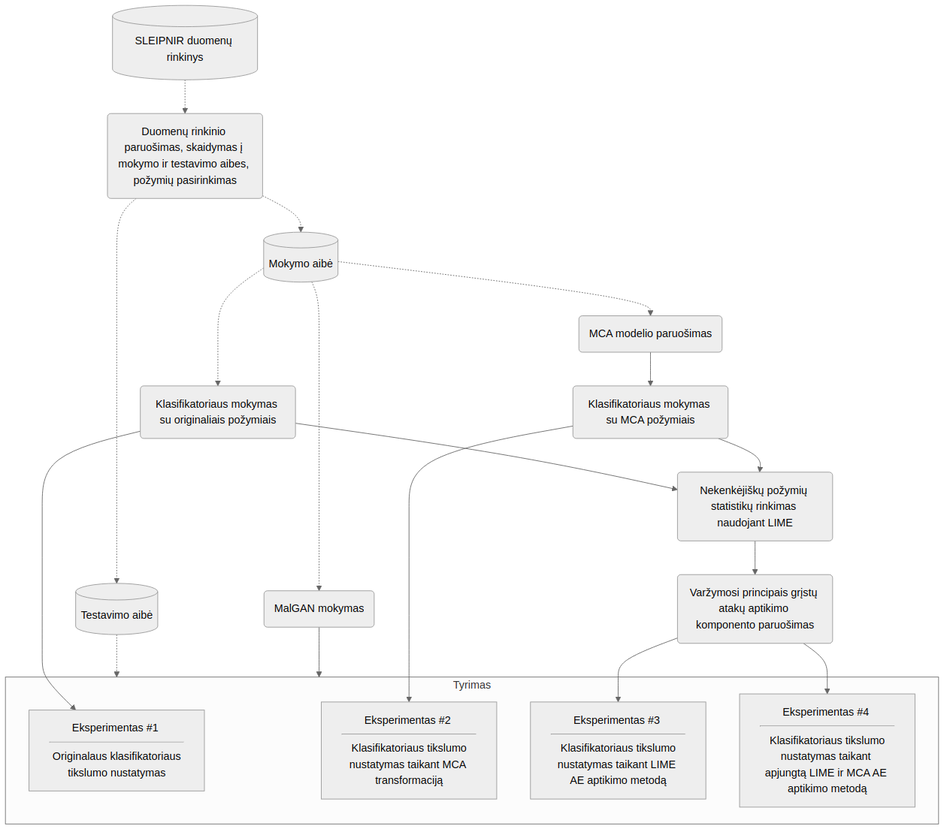
The Mermaid diagram images/methodology.png in onlyidev/bachelor.thesis, before a commit. Its source is kept beside it as diagrams/methodology.mmd.
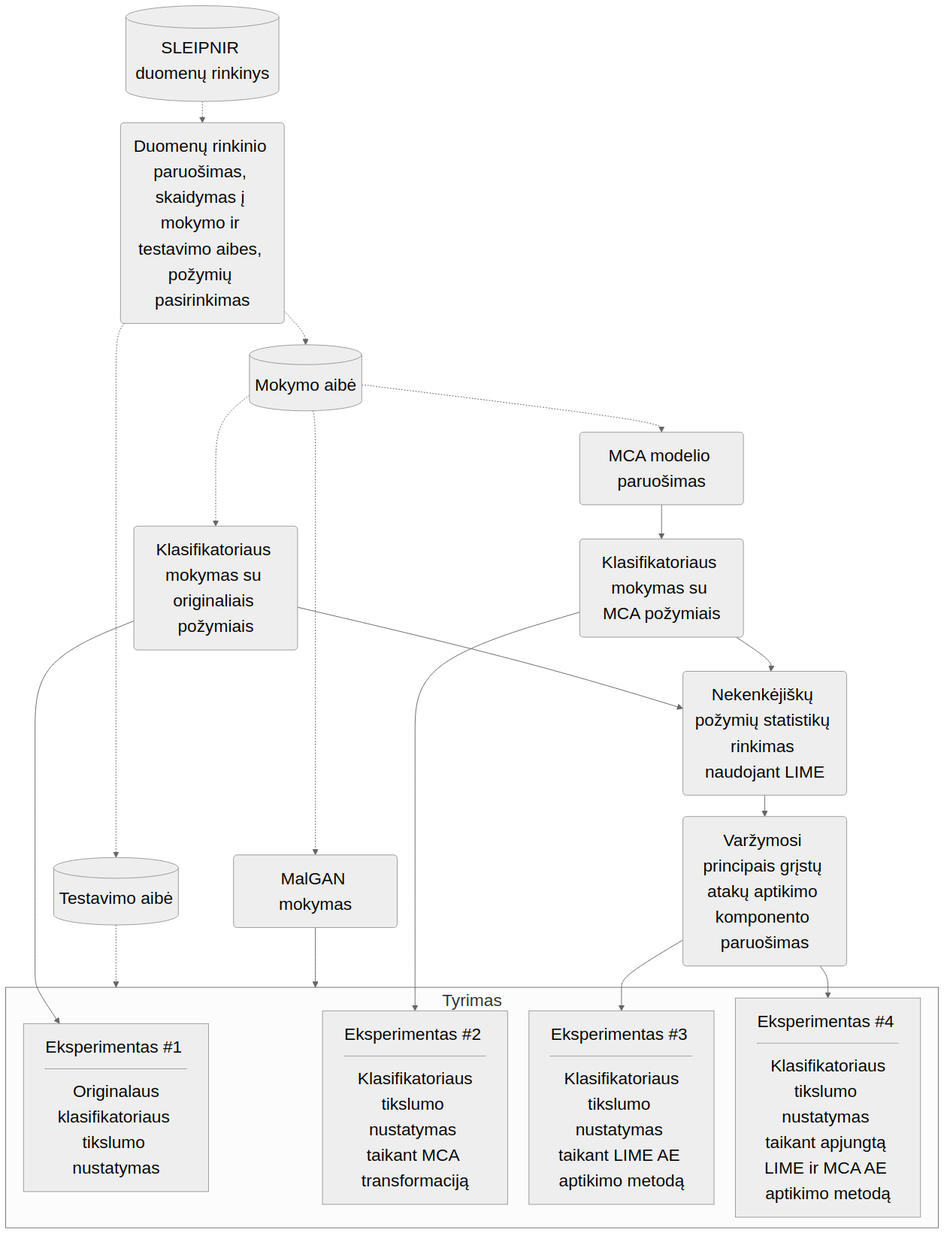
Above is the later version.

What changed in the source:
```diff
@@ -1,7 +1,11 @@
 ---
 config:
+  themeVariables:
+      fontSize: 24px
   flowchart:
     curve: "basis"
+    nodeSpacing: 30
+    rankSpacing: 30
 ---
 flowchart
 sleipnir[("SLEIPNIR duomenų rinkinys")]
@@ -31,8 +35,8 @@
 collect --> lime --> exp2 & exp3
 
 subgraph Tyrimas
-    exp1
-    exp4
-    exp2
-    exp3
-    end
+  exp1
+  exp4
+  exp2
+  exp3
+  end
```
